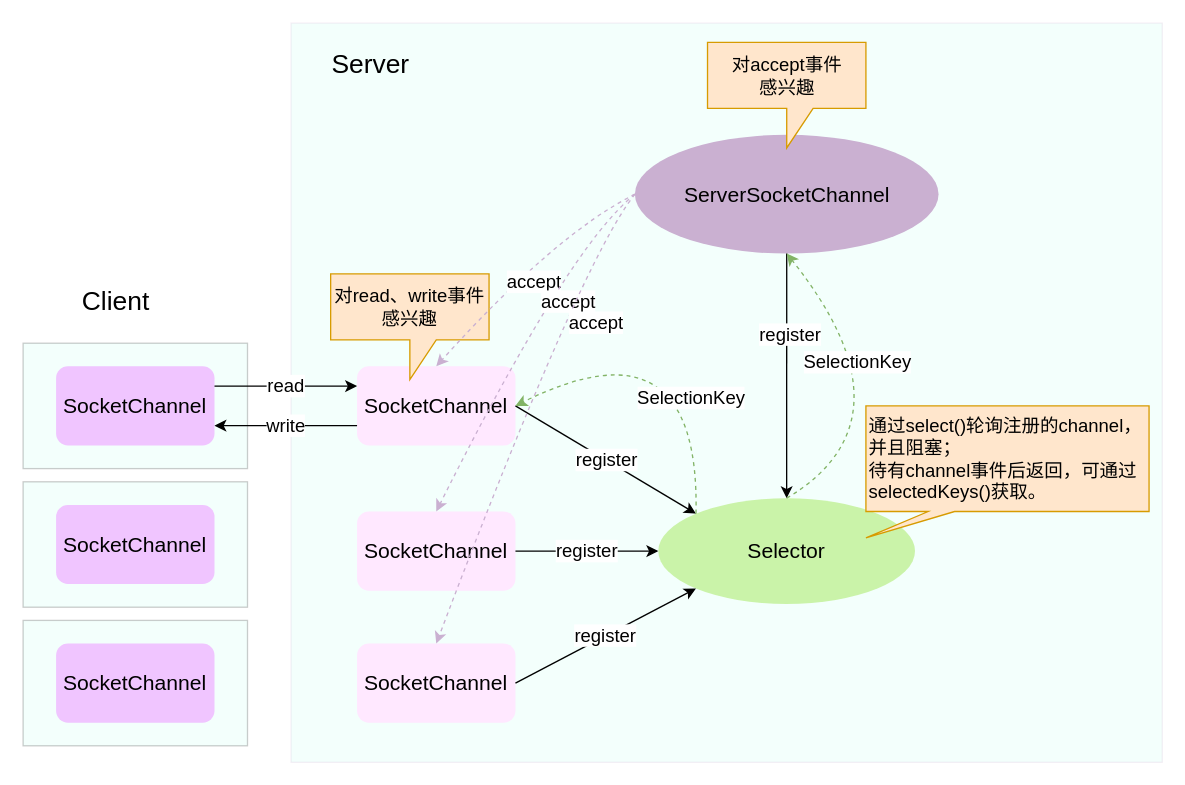
Before: save/nio.drawio in wengyingjian/draw.io, a draw.io diagram. Source tidied: cells renumbered, new cells numbered last; positions are measured from the earlier drawing's top-left corner, leaving out a move shared by most shapes. Both pictures are drawn from the tidied source at 132%, with x=0, y=0 at pixel (22, 22).
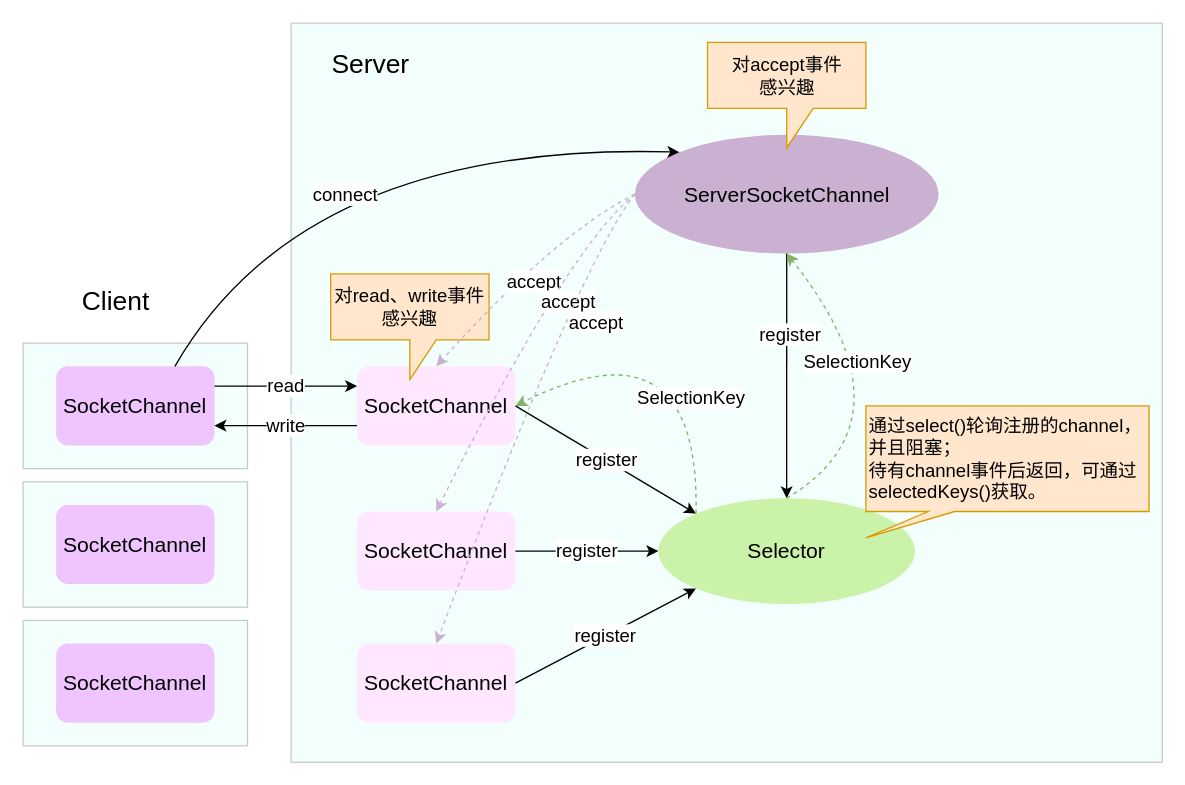
Above is the later version.

The change refers to these unchanged cells:
```xml
<mxCell id="4" value="ServerSocketChannel" style="ellipse;whiteSpace=wrap;html=1;fontSize=16;fillColor=#CAB0D1;strokeColor=none;" parent="1" vertex="1">
  <mxGeometry x="463.5" y="84.6" width="230" height="90" as="geometry" />
</mxCell>
<mxCell id="9" value="SocketChannel" style="rounded=1;whiteSpace=wrap;html=1;fontSize=16;fillColor=#F0C5FF;strokeColor=none;" parent="1" vertex="1">
  <mxGeometry x="25" y="260" width="120" height="60" as="geometry" />
</mxCell>
```

The edit, as a diff of the source:
```diff
@@
-    <mxCell id="2" style="rounded=0;whiteSpace=wrap;html=1;fillColor=#C4FCEF;opacity=20;fontSize=14;strokeColor=#CAB0D1;" parent="1" vertex="1">
+    <mxCell id="2" style="rounded=0;whiteSpace=wrap;html=1;fillColor=#C4FCEF;opacity=20;fontSize=14;strokeColor=#000000;" parent="1" vertex="1">
       <mxGeometry x="203" width="660" height="560" as="geometry" />
     </mxCell>
@@
+    <mxCell id="36" value="connect" style="endArrow=classic;html=1;exitX=0.75;exitY=0;exitDx=0;exitDy=0;entryX=0;entryY=0;entryDx=0;entryDy=0;fontSize=14;curved=1;" parent="1" edge="1" source="9" target="4">
+      <mxGeometry x="-0.05" y="-39" relative="1" as="geometry">
+        <Array as="points">
+          <mxPoint x="213" y="90" />
+        </Array>
+      </mxGeometry>
+    </mxCell>
```
